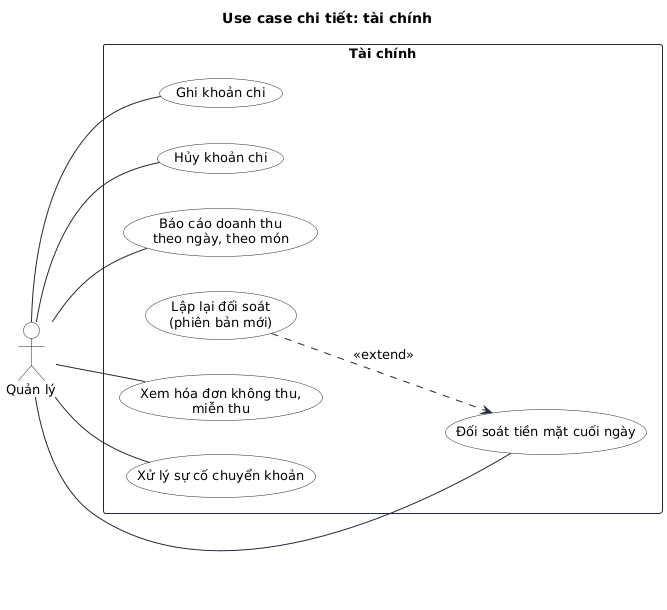
Above: docs/bao-cao-ltnc/uml/uc-tai-chinh.png in Anpham120/restaurant-management-system (PlantUML), before the change.
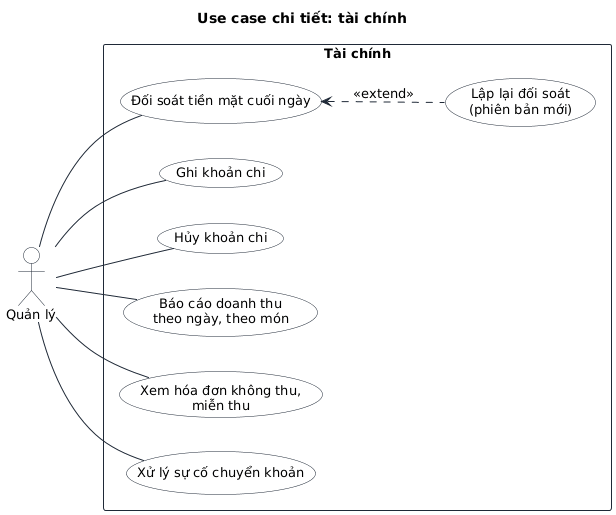
After the change.

The edit, as a diff of the source:
```diff
@@ -18,5 +18,5 @@
 M -- F5
 M -- F6
 M -- F7
-F4 ..> F3 : <<extend>>
+F4 .up.> F3 : <<extend>>
 @enduml
```
